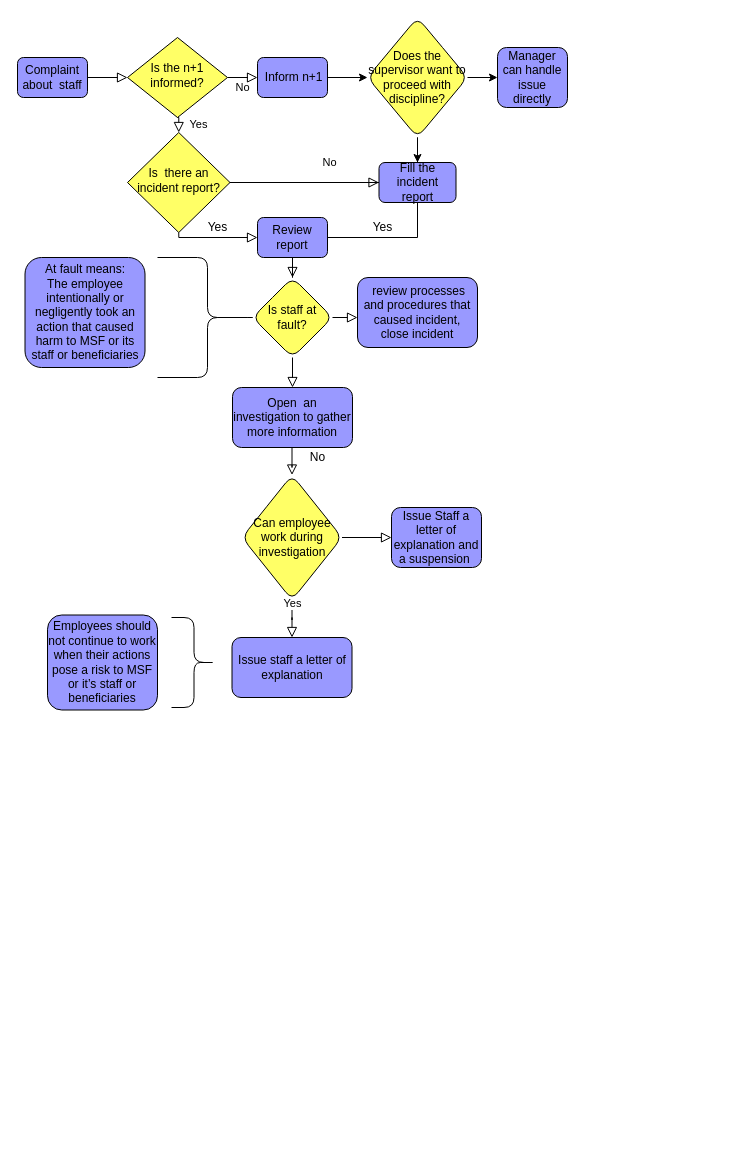
Above: Untitled Diagram.drawio in Tophermongeon/Hangman (draw.io), before the change. Source tidied: cells renumbered, new cells numbered last; positions are measured from the earlier drawing's top-left corner, leaving out a move shared by most shapes. Both pictures are drawn from the tidied source at 100%, with x=0, y=0 at pixel (17, 17).
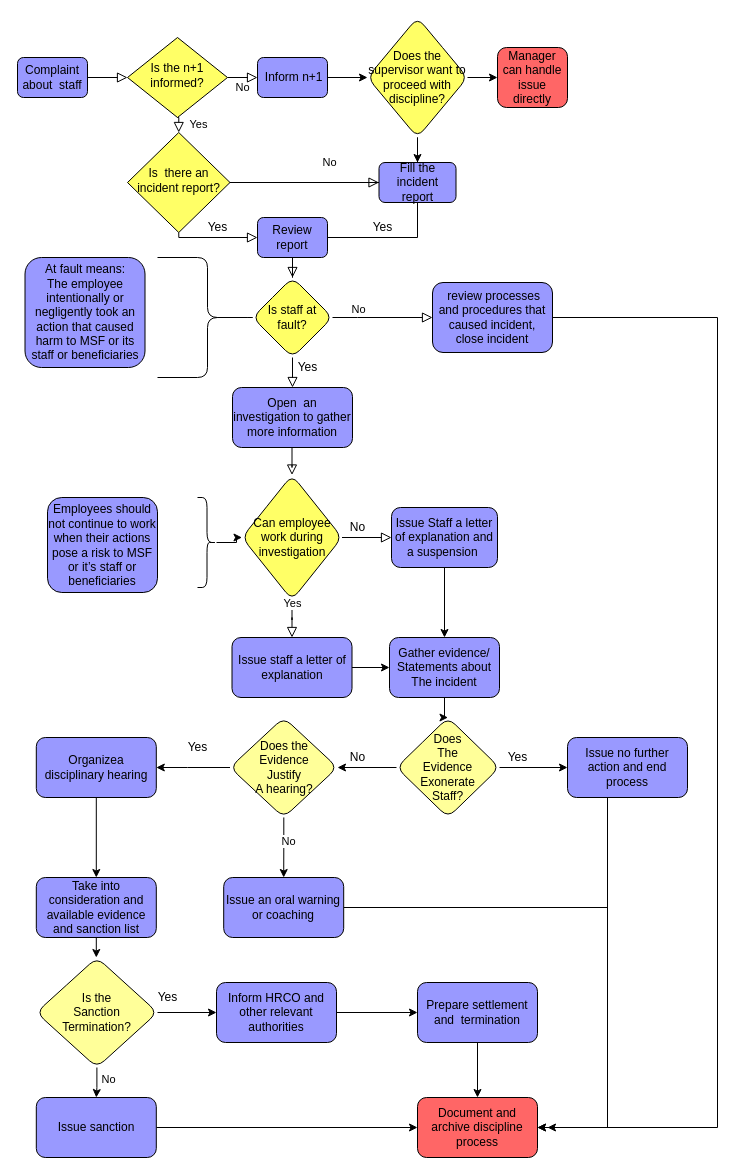
The same page after the edit.

The change refers to these unchanged cells:
```xml
<mxCell id="20" style="edgeStyle=orthogonalEdgeStyle;rounded=0;jettySize=auto;html=1;shadow=0;labelBackgroundColor=none;endArrow=block;endFill=0;endSize=8;strokeWidth=1;" parent="1" edge="1" source="22" target="24">
  <mxGeometry relative="1" as="geometry">
    <Array as="points">
      <mxPoint x="340" y="300" />
      <mxPoint x="340" y="300" />
    </Array>
  </mxGeometry>
</mxCell>
<mxCell id="31" value="Can employee work during investigation" style="rhombus;whiteSpace=wrap;html=1;rounded=1;shadow=0;strokeWidth=1;glass=0;fillColor=#FFFF66;" parent="1" vertex="1">
  <mxGeometry x="224.5" y="457.5" width="100" height="125" as="geometry" />
</mxCell>
<mxCell id="35" value="Issue staff a letter of explanation" style="whiteSpace=wrap;html=1;rounded=1;shadow=0;strokeWidth=1;glass=0;fillColor=#9999FF;" parent="1" vertex="1">
  <mxGeometry x="214.5" y="620" width="120" height="60" as="geometry" />
</mxCell>
```

Change to the diagram source:
```diff
@@
-    <mxCell id="18" value="Manager can handle issue directly" style="whiteSpace=wrap;html=1;rounded=1;shadow=0;strokeWidth=1;glass=0;fillColor=#9999FF;" parent="1" vertex="1">
+    <mxCell id="18" value="Manager can handle issue directly" style="whiteSpace=wrap;html=1;rounded=1;shadow=0;strokeWidth=1;glass=0;fillColor=#FF6666;" parent="1" vertex="1">
       <mxGeometry x="480" y="30" width="70" height="60" as="geometry" />
     </mxCell>
@@
+    <mxCell id="42" value="No" style="edgeLabel;html=1;align=center;verticalAlign=middle;" parent="20" vertex="1">
+      <mxGeometry x="-0.5" y="9" relative="1" as="geometry" />
+    </mxCell>
@@
+    <mxCell id="43" style="edgeStyle=orthogonalEdgeStyle;rounded=0;jettySize=auto;html=1;" parent="1" edge="1" source="24">
+      <mxGeometry relative="1" as="geometry">
+        <mxPoint x="530" y="1110" as="targetPoint" />
+        <Array as="points">
+          <mxPoint x="700" y="300" />
+          <mxPoint x="700" y="1110" />
+        </Array>
+      </mxGeometry>
+    </mxCell>
     <mxCell id="24" value="&amp;nbsp;review processes and procedures that caused incident, close incident" style="whiteSpace=wrap;html=1;rounded=1;shadow=0;strokeWidth=1;glass=0;fillColor=#9999FF;" parent="1" vertex="1">
-      <mxGeometry x="340" y="260" width="120" height="70" as="geometry" />
+      <mxGeometry x="415" y="265" width="120" height="70" as="geometry" />
     </mxCell>
     <mxCell id="25" value="No" style="text;html=1;align=center;verticalAlign=middle;strokeColor=none;fillColor=none;" parent="1" vertex="1">
-      <mxGeometry x="285" y="430" width="30" height="20" as="geometry" />
+      <mxGeometry x="324.5" y="500" width="30" height="20" as="geometry" />
     </mxCell>
@@
+    <mxCell id="44" style="edgeStyle=orthogonalEdgeStyle;rounded=0;jettySize=auto;html=1;entryX=0;entryY=0.5;entryDx=0;entryDy=0;" parent="1" edge="1" source="33" target="31">
+      <mxGeometry relative="1" as="geometry" />
+    </mxCell>
     <mxCell id="33" style="shape=curlyBracket;whiteSpace=wrap;html=1;rounded=1;flipH=1;size=0.5;" parent="1" vertex="1">
-      <mxGeometry x="154" y="600" width="45" height="90" as="geometry" />
+      <mxGeometry x="180" y="480" width="19" height="90" as="geometry" />
     </mxCell>
     <mxCell id="34" value="Employees should not continue to work when their actions pose a risk to MSF or it’s staff or beneficiaries" style="whiteSpace=wrap;html=1;rounded=1;shadow=0;strokeWidth=1;glass=0;fillColor=#9999FF;" parent="1" vertex="1">
-      <mxGeometry x="30" y="597.5" width="110" height="95" as="geometry" />
+      <mxGeometry x="30" y="480" width="110" height="95" as="geometry" />
     </mxCell>
+    <mxCell id="45" style="edgeStyle=orthogonalEdgeStyle;rounded=0;jettySize=auto;html=1;" parent="1" edge="1" source="35" target="49">
+      <mxGeometry relative="1" as="geometry" />
+    </mxCell>
@@
+    <mxCell id="46" style="edgeStyle=orthogonalEdgeStyle;rounded=0;jettySize=auto;html=1;" parent="1" edge="1" source="36" target="49">
+      <mxGeometry relative="1" as="geometry" />
+    </mxCell>
     <mxCell id="36" value="Issue Staff a letter of explanation and a suspension&amp;nbsp;" style="whiteSpace=wrap;html=1;rounded=1;shadow=0;strokeWidth=1;glass=0;fillColor=#9999FF;" parent="1" vertex="1">
-      <mxGeometry x="374" y="490" width="90" height="60" as="geometry" />
+      <mxGeometry x="374" y="490" width="106" height="60" as="geometry" />
     </mxCell>
@@
+    <mxCell id="47" value="Yes" style="text;html=1;align=center;verticalAlign=middle;strokeColor=none;fillColor=none;" parent="1" vertex="1">
+      <mxGeometry x="270" y="340" width="40" height="20" as="geometry" />
+    </mxCell>
+    <mxCell id="48" style="edgeStyle=orthogonalEdgeStyle;rounded=0;jettySize=auto;html=1;" parent="1" edge="1" source="49" target="52">
+      <mxGeometry relative="1" as="geometry" />
+    </mxCell>
+    <mxCell id="49" value="Gather evidence/&lt;br&gt;Statements about&lt;br&gt;The incident" style="whiteSpace=wrap;html=1;rounded=1;shadow=0;strokeWidth=1;fillColor=#9999FF;glass=0;" parent="1" vertex="1">
+      <mxGeometry x="372" y="620" width="110" height="60" as="geometry" />
+    </mxCell>
+    <mxCell id="50" style="edgeStyle=orthogonalEdgeStyle;rounded=0;jettySize=auto;html=1;" parent="1" edge="1" source="52" target="54">
+      <mxGeometry relative="1" as="geometry" />
+    </mxCell>
+    <mxCell id="51" style="edgeStyle=orthogonalEdgeStyle;rounded=0;jettySize=auto;html=1;" parent="1" edge="1" source="52" target="58">
+      <mxGeometry relative="1" as="geometry" />
+    </mxCell>
+    <mxCell id="52" value="Does&lt;br&gt;The&lt;br&gt;Evidence&lt;br&gt;Exonerate&lt;br&gt;Staff?" style="rhombus;whiteSpace=wrap;html=1;rounded=1;shadow=0;strokeWidth=1;fillColor=#FFFF99;glass=0;" parent="1" vertex="1">
+      <mxGeometry x="379" y="700" width="103" height="100" as="geometry" />
+    </mxCell>
+    <mxCell id="53" style="edgeStyle=orthogonalEdgeStyle;rounded=0;jettySize=auto;html=1;" parent="1" edge="1" source="54">
+      <mxGeometry relative="1" as="geometry">
+        <mxPoint x="520" y="1110" as="targetPoint" />
+        <Array as="points">
+          <mxPoint x="590" y="1110" />
+        </Array>
+      </mxGeometry>
+    </mxCell>
+    <mxCell id="54" value="Issue no further action and end process" style="whiteSpace=wrap;html=1;rounded=1;shadow=0;strokeWidth=1;fillColor=#9999FF;glass=0;" parent="1" vertex="1">
+      <mxGeometry x="550" y="720" width="120" height="60" as="geometry" />
+    </mxCell>
+    <mxCell id="55" style="edgeStyle=orthogonalEdgeStyle;rounded=0;jettySize=auto;html=1;" parent="1" edge="1" source="58" target="62">
+      <mxGeometry relative="1" as="geometry" />
+    </mxCell>
+    <mxCell id="56" value="No" style="edgeLabel;html=1;align=center;verticalAlign=middle;" parent="55" vertex="1">
+      <mxGeometry x="-0.21" y="4" relative="1" as="geometry" />
+    </mxCell>
+    <mxCell id="57" style="edgeStyle=orthogonalEdgeStyle;rounded=0;jettySize=auto;html=1;" parent="1" edge="1" source="58" target="64">
+      <mxGeometry relative="1" as="geometry">
+        <Array as="points">
+          <mxPoint x="170" y="750" />
+          <mxPoint x="170" y="750" />
+        </Array>
+      </mxGeometry>
+    </mxCell>
+    <mxCell id="58" value="Does the&lt;br&gt;Evidence&lt;br&gt;Justify&lt;br&gt;A hearing?" style="rhombus;whiteSpace=wrap;html=1;rounded=1;shadow=0;strokeWidth=1;fillColor=#FFFF99;glass=0;" parent="1" vertex="1">
+      <mxGeometry x="212.5" y="700" width="107.5" height="100" as="geometry" />
+    </mxCell>
+    <mxCell id="59" value="Yes" style="text;html=1;align=center;verticalAlign=middle;strokeColor=none;fillColor=none;" parent="1" vertex="1">
+      <mxGeometry x="480" y="730" width="40" height="20" as="geometry" />
+    </mxCell>
+    <mxCell id="60" value="No" style="text;html=1;align=center;verticalAlign=middle;strokeColor=none;fillColor=none;" parent="1" vertex="1">
+      <mxGeometry x="325" y="730" width="30" height="20" as="geometry" />
+    </mxCell>
+    <mxCell id="61" style="edgeStyle=orthogonalEdgeStyle;rounded=0;jettySize=auto;html=1;" parent="1" edge="1" source="62">
+      <mxGeometry relative="1" as="geometry">
+        <mxPoint x="520" y="1110" as="targetPoint" />
+        <Array as="points">
+          <mxPoint x="590" y="890" />
+          <mxPoint x="590" y="1110" />
+        </Array>
+      </mxGeometry>
+    </mxCell>
+    <mxCell id="62" value="Issue an oral warning or coaching" style="whiteSpace=wrap;html=1;rounded=1;shadow=0;strokeWidth=1;fillColor=#9999FF;glass=0;" parent="1" vertex="1">
+      <mxGeometry x="206.2" y="860" width="120" height="60" as="geometry" />
+    </mxCell>
+    <mxCell id="63" style="edgeStyle=orthogonalEdgeStyle;rounded=0;jettySize=auto;html=1;" parent="1" edge="1" source="64" target="66">
+      <mxGeometry relative="1" as="geometry" />
+    </mxCell>
+    <mxCell id="64" value="Organizea disciplinary hearing" style="whiteSpace=wrap;html=1;rounded=1;shadow=0;strokeWidth=1;fillColor=#9999FF;glass=0;" parent="1" vertex="1">
+      <mxGeometry x="18.8" y="720" width="120" height="60" as="geometry" />
+    </mxCell>
+    <mxCell id="65" style="edgeStyle=orthogonalEdgeStyle;rounded=0;jettySize=auto;html=1;" parent="1" edge="1" source="66" target="71">
+      <mxGeometry relative="1" as="geometry" />
+    </mxCell>
+    <mxCell id="66" value="Take into consideration and available evidence and sanction list" style="whiteSpace=wrap;html=1;rounded=1;shadow=0;strokeWidth=1;fillColor=#9999FF;glass=0;" parent="1" vertex="1">
+      <mxGeometry x="18.8" y="860" width="120" height="60" as="geometry" />
+    </mxCell>
+    <mxCell id="67" value="Yes" style="text;html=1;align=center;verticalAlign=middle;strokeColor=none;fillColor=none;" parent="1" vertex="1">
+      <mxGeometry x="160" y="720" width="40" height="20" as="geometry" />
+    </mxCell>
+    <mxCell id="68" style="edgeStyle=orthogonalEdgeStyle;rounded=0;jettySize=auto;html=1;" parent="1" edge="1" source="71" target="73">
+      <mxGeometry relative="1" as="geometry" />
+    </mxCell>
+    <mxCell id="69" value="No" style="edgeLabel;html=1;align=center;verticalAlign=middle;" parent="68" vertex="1">
+      <mxGeometry x="-0.31" y="11" relative="1" as="geometry" />
+    </mxCell>
+    <mxCell id="70" style="edgeStyle=orthogonalEdgeStyle;rounded=0;jettySize=auto;html=1;" parent="1" edge="1" source="71" target="75">
+      <mxGeometry relative="1" as="geometry" />
+    </mxCell>
+    <mxCell id="71" value="Is the&lt;br&gt;Sanction&lt;br&gt;Termination?" style="rhombus;whiteSpace=wrap;html=1;rounded=1;shadow=0;strokeWidth=1;fillColor=#FFFF99;glass=0;" parent="1" vertex="1">
+      <mxGeometry x="18.8" y="940" width="121.2" height="110" as="geometry" />
+    </mxCell>
+    <mxCell id="72" style="edgeStyle=orthogonalEdgeStyle;rounded=0;jettySize=auto;html=1;" parent="1" edge="1" source="73" target="77">
+      <mxGeometry relative="1" as="geometry" />
+    </mxCell>
+    <mxCell id="73" value="Issue sanction" style="whiteSpace=wrap;html=1;rounded=1;shadow=0;strokeWidth=1;fillColor=#9999FF;glass=0;" parent="1" vertex="1">
+      <mxGeometry x="18.8" y="1080" width="120" height="60" as="geometry" />
+    </mxCell>
+    <mxCell id="74" style="edgeStyle=orthogonalEdgeStyle;rounded=0;jettySize=auto;html=1;" parent="1" edge="1" source="75" target="79">
+      <mxGeometry relative="1" as="geometry" />
+    </mxCell>
+    <mxCell id="75" value="Inform HRCO and other relevant authorities" style="whiteSpace=wrap;html=1;rounded=1;shadow=0;strokeWidth=1;fillColor=#9999FF;glass=0;" parent="1" vertex="1">
+      <mxGeometry x="199" y="965" width="120" height="60" as="geometry" />
+    </mxCell>
+    <mxCell id="76" value="Yes" style="text;html=1;align=center;verticalAlign=middle;strokeColor=none;fillColor=none;" parent="1" vertex="1">
+      <mxGeometry x="130" y="970" width="40" height="20" as="geometry" />
+    </mxCell>
+    <mxCell id="77" value="Document and archive discipline process" style="whiteSpace=wrap;html=1;rounded=1;shadow=0;strokeWidth=1;fillColor=#FF6666;glass=0;" parent="1" vertex="1">
+      <mxGeometry x="400" y="1080" width="120" height="60" as="geometry" />
+    </mxCell>
+    <mxCell id="78" style="edgeStyle=orthogonalEdgeStyle;rounded=0;jettySize=auto;html=1;" parent="1" edge="1" source="79" target="77">
+      <mxGeometry relative="1" as="geometry" />
+    </mxCell>
+    <mxCell id="79" value="Prepare settlement and &amp;nbsp;termination" style="whiteSpace=wrap;html=1;rounded=1;shadow=0;strokeWidth=1;fillColor=#9999FF;glass=0;" parent="1" vertex="1">
+      <mxGeometry x="400" y="965" width="120" height="60" as="geometry" />
+    </mxCell>
```
